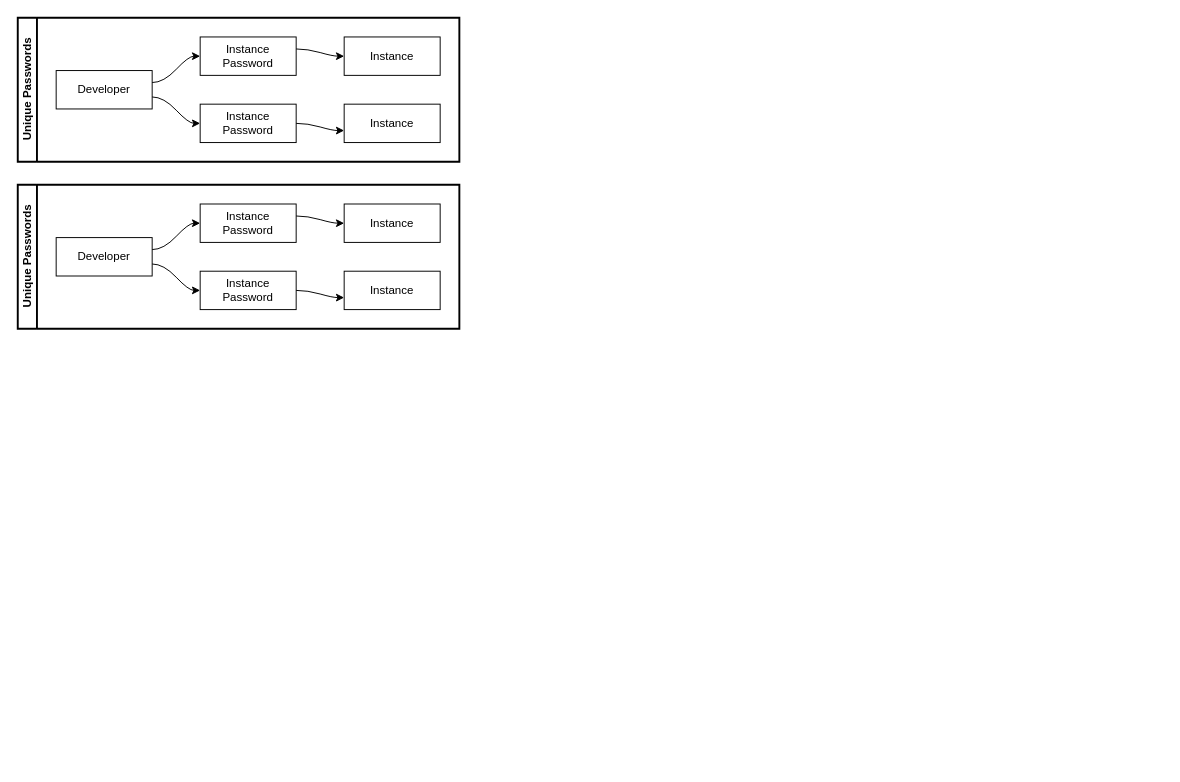
Before: Untitled Diagram.drawio in biofool/vault-ssh-helper, a draw.io diagram. Source tidied: cells renumbered, new cells numbered last; positions are measured from the earlier drawing's top-left corner, leaving out a move shared by most shapes. Both pictures are drawn from the tidied source at 96%, with x=0, y=0 at pixel (17, 17).
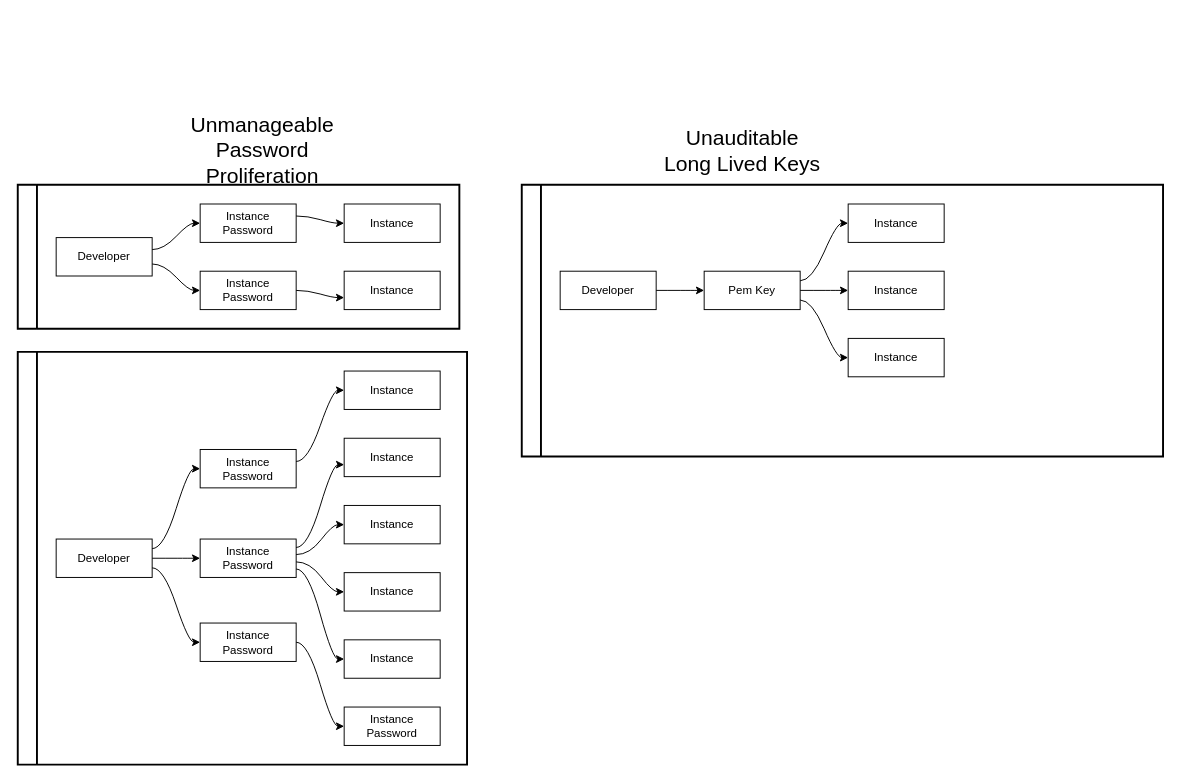
The same diagram, later.

The edit, as a diff of the source:
```diff
@@
-    <mxCell id="2" value="Unique Passwords" style="swimlane;html=1;startSize=20;horizontal=0;flowOrientation=west;interRankCellSpacing=50;containerType=tree;strokeColor=#000000;strokeWidth=2;" parent="1" vertex="1">
-      <mxGeometry width="460" height="150" as="geometry" />
-    </mxCell>
-    <mxCell id="3" value="Developer" style="whiteSpace=wrap;html=1;" parent="2" vertex="1">
-      <mxGeometry x="40" y="55" width="100" height="40" as="geometry" />
-    </mxCell>
-    <mxCell id="4" value="&lt;div&gt;Instance&lt;/div&gt;Password" style="whiteSpace=wrap;html=1;" parent="2" vertex="1">
-      <mxGeometry x="190" y="20" width="100" height="40" as="geometry" />
-    </mxCell>
-    <mxCell id="5" style="html=1;curved=1;noEdgeStyle=1;orthogonal=1;" parent="2" edge="1" source="3" target="4">
-      <mxGeometry relative="1" as="geometry">
-        <Array as="points">
-          <mxPoint x="152" y="67.5" />
-          <mxPoint x="178" y="40" />
-        </Array>
-      </mxGeometry>
-    </mxCell>
-    <mxCell id="6" value="&lt;div&gt;Instance&lt;/div&gt;Password" style="whiteSpace=wrap;html=1;" parent="2" vertex="1">
-      <mxGeometry x="190" y="90" width="100" height="40" as="geometry" />
-    </mxCell>
-    <mxCell id="7" style="html=1;curved=1;noEdgeStyle=1;orthogonal=1;" parent="2" edge="1" source="3" target="6">
-      <mxGeometry relative="1" as="geometry">
-        <Array as="points">
-          <mxPoint x="152" y="82.5" />
-          <mxPoint x="178" y="110" />
-        </Array>
-      </mxGeometry>
-    </mxCell>
-    <mxCell id="8" value="Instance" style="whiteSpace=wrap;html=1;" parent="2" vertex="1">
-      <mxGeometry x="340" y="90" width="100" height="40" as="geometry" />
-    </mxCell>
-    <mxCell id="9" style="html=1;curved=1;noEdgeStyle=1;orthogonal=1;strokeColor=none;" parent="2" edge="1" source="4" target="8">
-      <mxGeometry relative="1" as="geometry">
-        <Array as="points">
-          <mxPoint x="302" y="47.5" />
-          <mxPoint x="328" y="102.5" />
-        </Array>
-      </mxGeometry>
-    </mxCell>
-    <mxCell id="10" style="html=1;curved=1;noEdgeStyle=1;orthogonal=1;" parent="2" edge="1" source="6" target="8">
-      <mxGeometry relative="1" as="geometry">
-        <Array as="points">
-          <mxPoint x="302" y="110" />
-          <mxPoint x="328" y="117.5" />
-        </Array>
-      </mxGeometry>
-    </mxCell>
-    <mxCell id="11" value="Instance" style="whiteSpace=wrap;html=1;" parent="2" vertex="1">
-      <mxGeometry x="340" y="20" width="100" height="40" as="geometry" />
-    </mxCell>
-    <mxCell id="12" style="html=1;curved=1;noEdgeStyle=1;orthogonal=1;" parent="2" edge="1" source="4" target="11">
-      <mxGeometry relative="1" as="geometry">
-        <Array as="points">
-          <mxPoint x="302" y="32.5" />
-          <mxPoint x="328" y="40" />
-        </Array>
-      </mxGeometry>
-    </mxCell>
-    <mxCell id="13" value="Unique Passwords" style="swimlane;html=1;startSize=20;horizontal=0;flowOrientation=west;interRankCellSpacing=50;containerType=tree;strokeColor=#000000;strokeWidth=2;" parent="1" vertex="1">
+    <mxCell id="13" style="swimlane;html=1;startSize=20;horizontal=0;flowOrientation=west;interRankCellSpacing=50;containerType=tree;strokeColor=#000000;strokeWidth=2;" parent="1" vertex="1">
       <mxGeometry y="174" width="460" height="150" as="geometry" />
     </mxCell>
@@
+    <mxCell id="24" style="swimlane;html=1;startSize=20;horizontal=0;flowOrientation=west;interRankCellSpacing=50;containerType=tree;strokeColor=#000000;strokeWidth=2;" parent="1" vertex="1">
+      <mxGeometry x="525" y="174" width="668" height="283" as="geometry" />
+    </mxCell>
+    <mxCell id="25" value="Developer" style="whiteSpace=wrap;html=1;" parent="24" vertex="1">
+      <mxGeometry x="40" y="90" width="100" height="40" as="geometry" />
+    </mxCell>
+    <mxCell id="26" value="Pem Key" style="whiteSpace=wrap;html=1;" parent="24" vertex="1">
+      <mxGeometry x="190" y="90" width="100" height="40" as="geometry" />
+    </mxCell>
+    <mxCell id="27" style="html=1;curved=1;noEdgeStyle=1;orthogonal=1;" parent="24" edge="1" source="25" target="26">
+      <mxGeometry relative="1" as="geometry">
+        <Array as="points">
+          <mxPoint x="152" y="110" />
+          <mxPoint x="178" y="110" />
+        </Array>
+      </mxGeometry>
+    </mxCell>
+    <mxCell id="28" style="html=1;curved=1;noEdgeStyle=1;orthogonal=1;strokeColor=none;" parent="24" edge="1" source="26">
+      <mxGeometry relative="1" as="geometry">
+        <mxPoint x="660" y="262.5" as="targetPoint" />
+        <Array as="points">
+          <mxPoint x="622" y="207.5" />
+          <mxPoint x="648" y="262.5" />
+        </Array>
+      </mxGeometry>
+    </mxCell>
+    <mxCell id="29" value="Instance" style="whiteSpace=wrap;html=1;" parent="24" vertex="1">
+      <mxGeometry x="340" y="20" width="100" height="40" as="geometry" />
+    </mxCell>
+    <mxCell id="30" style="html=1;curved=1;noEdgeStyle=1;orthogonal=1;" parent="24" edge="1" source="26" target="29">
+      <mxGeometry relative="1" as="geometry">
+        <Array as="points">
+          <mxPoint x="302" y="100" />
+          <mxPoint x="328" y="40" />
+        </Array>
+      </mxGeometry>
+    </mxCell>
+    <mxCell id="31" value="Instance" style="whiteSpace=wrap;html=1;" parent="24" vertex="1">
+      <mxGeometry x="340" y="90" width="100" height="40" as="geometry" />
+    </mxCell>
+    <mxCell id="32" style="html=1;curved=1;noEdgeStyle=1;orthogonal=1;" parent="24" edge="1" source="26" target="31">
+      <mxGeometry relative="1" as="geometry">
+        <Array as="points">
+          <mxPoint x="304" y="110" />
+          <mxPoint x="328" y="110" />
+        </Array>
+      </mxGeometry>
+    </mxCell>
+    <mxCell id="33" value="Instance" style="whiteSpace=wrap;html=1;" parent="24" vertex="1">
+      <mxGeometry x="340" y="160" width="100" height="40" as="geometry" />
+    </mxCell>
+    <mxCell id="34" style="html=1;curved=1;noEdgeStyle=1;orthogonal=1;" parent="24" edge="1" source="26" target="33">
+      <mxGeometry relative="1" as="geometry">
+        <Array as="points">
+          <mxPoint x="302" y="120" />
+          <mxPoint x="328" y="180" />
+        </Array>
+      </mxGeometry>
+    </mxCell>
+    <mxCell id="35" style="swimlane;html=1;startSize=20;horizontal=0;flowOrientation=west;interRankCellSpacing=50;containerType=tree;strokeColor=#000000;strokeWidth=2;" parent="1" vertex="1">
+      <mxGeometry y="348" width="468" height="430" as="geometry" />
+    </mxCell>
+    <mxCell id="36" value="Developer" style="whiteSpace=wrap;html=1;" parent="35" vertex="1">
+      <mxGeometry x="40" y="195" width="100" height="40" as="geometry" />
+    </mxCell>
+    <mxCell id="37" value="&lt;div&gt;Instance&lt;/div&gt;Password" style="whiteSpace=wrap;html=1;" parent="35" vertex="1">
+      <mxGeometry x="190" y="101.7" width="100" height="40" as="geometry" />
+    </mxCell>
+    <mxCell id="38" style="html=1;curved=1;noEdgeStyle=1;orthogonal=1;" parent="35" edge="1" source="36" target="37">
+      <mxGeometry relative="1" as="geometry">
+        <Array as="points">
+          <mxPoint x="152" y="205" />
+          <mxPoint x="178" y="121.7" />
+        </Array>
+      </mxGeometry>
+    </mxCell>
+    <mxCell id="39" value="&lt;div&gt;Instance&lt;/div&gt;Password" style="whiteSpace=wrap;html=1;" parent="35" vertex="1">
+      <mxGeometry x="190" y="195" width="100" height="40" as="geometry" />
+    </mxCell>
+    <mxCell id="40" style="html=1;curved=1;noEdgeStyle=1;orthogonal=1;" parent="35" edge="1" source="36" target="39">
+      <mxGeometry relative="1" as="geometry">
+        <Array as="points">
+          <mxPoint x="154" y="215" />
+          <mxPoint x="178" y="215" />
+        </Array>
+      </mxGeometry>
+    </mxCell>
+    <mxCell id="41" value="Instance" style="whiteSpace=wrap;html=1;" parent="35" vertex="1">
+      <mxGeometry x="340" y="90" width="100" height="40" as="geometry" />
+    </mxCell>
+    <mxCell id="42" style="html=1;curved=1;noEdgeStyle=1;orthogonal=1;strokeColor=none;" parent="35" edge="1" source="37" target="41">
+      <mxGeometry relative="1" as="geometry">
+        <Array as="points">
+          <mxPoint x="302" y="129.2" />
+          <mxPoint x="328" y="102.5" />
+        </Array>
+      </mxGeometry>
+    </mxCell>
+    <mxCell id="43" style="html=1;curved=1;noEdgeStyle=1;orthogonal=1;" parent="35" edge="1" source="39" target="41">
+      <mxGeometry relative="1" as="geometry">
+        <Array as="points">
+          <mxPoint x="302" y="203.8" />
+          <mxPoint x="328" y="117.5" />
+        </Array>
+      </mxGeometry>
+    </mxCell>
+    <mxCell id="44" value="Instance" style="whiteSpace=wrap;html=1;" parent="35" vertex="1">
+      <mxGeometry x="340" y="20" width="100" height="40" as="geometry" />
+    </mxCell>
+    <mxCell id="45" style="html=1;curved=1;noEdgeStyle=1;orthogonal=1;" parent="35" edge="1" source="37" target="44">
+      <mxGeometry relative="1" as="geometry">
+        <Array as="points">
+          <mxPoint x="302" y="114.2" />
+          <mxPoint x="328" y="40" />
+        </Array>
+      </mxGeometry>
+    </mxCell>
+    <mxCell id="46" value="&lt;div&gt;Instance&lt;/div&gt;Password" style="whiteSpace=wrap;html=1;" parent="35" vertex="1">
+      <mxGeometry x="190" y="282.5" width="100" height="40" as="geometry" />
+    </mxCell>
+    <mxCell id="47" style="html=1;curved=1;noEdgeStyle=1;orthogonal=1;strokeColor=none;" parent="35" edge="1" source="37">
+      <mxGeometry relative="1" as="geometry">
+        <mxPoint x="460" y="107.5" as="targetPoint" />
+        <Array as="points">
+          <mxPoint x="422" y="210" />
+          <mxPoint x="448" y="107.5" />
+        </Array>
+      </mxGeometry>
+    </mxCell>
+    <mxCell id="48" style="html=1;curved=1;noEdgeStyle=1;orthogonal=1;" parent="35" edge="1" source="36" target="46">
+      <mxGeometry relative="1" as="geometry">
+        <Array as="points">
+          <mxPoint x="152" y="225" />
+          <mxPoint x="178" y="302.5" />
+        </Array>
+      </mxGeometry>
+    </mxCell>
+    <mxCell id="49" style="html=1;curved=1;noEdgeStyle=1;orthogonal=1;" parent="35" edge="1" source="46" target="50">
+      <mxGeometry relative="1" as="geometry">
+        <Array as="points">
+          <mxPoint x="302" y="302.5" />
+          <mxPoint x="328" y="390" />
+        </Array>
+      </mxGeometry>
+    </mxCell>
+    <mxCell id="50" value="&lt;div&gt;Instance&lt;/div&gt;Password" style="whiteSpace=wrap;html=1;" parent="35" vertex="1">
+      <mxGeometry x="340" y="370" width="100" height="40" as="geometry" />
+    </mxCell>
+    <mxCell id="51" style="html=1;curved=1;noEdgeStyle=1;orthogonal=1;" parent="35" edge="1" source="39" target="52">
+      <mxGeometry relative="1" as="geometry">
+        <Array as="points">
+          <mxPoint x="304" y="211.2" />
+          <mxPoint x="328" y="180" />
+        </Array>
+      </mxGeometry>
+    </mxCell>
+    <mxCell id="52" value="Instance" style="whiteSpace=wrap;html=1;" parent="35" vertex="1">
+      <mxGeometry x="340" y="160" width="100" height="40" as="geometry" />
+    </mxCell>
+    <mxCell id="53" style="html=1;curved=1;noEdgeStyle=1;orthogonal=1;" parent="35" edge="1" source="39" target="54">
+      <mxGeometry relative="1" as="geometry">
+        <Array as="points">
+          <mxPoint x="304" y="218.8" />
+          <mxPoint x="328" y="250" />
+        </Array>
+      </mxGeometry>
+    </mxCell>
+    <mxCell id="54" value="Instance" style="whiteSpace=wrap;html=1;" parent="35" vertex="1">
+      <mxGeometry x="340" y="230" width="100" height="40" as="geometry" />
+    </mxCell>
+    <mxCell id="55" style="html=1;curved=1;noEdgeStyle=1;orthogonal=1;" parent="35" edge="1" source="39" target="56">
+      <mxGeometry relative="1" as="geometry">
+        <Array as="points">
+          <mxPoint x="302" y="226.2" />
+          <mxPoint x="328" y="320" />
+        </Array>
+      </mxGeometry>
+    </mxCell>
+    <mxCell id="56" value="Instance" style="whiteSpace=wrap;html=1;" parent="35" vertex="1">
+      <mxGeometry x="340" y="300" width="100" height="40" as="geometry" />
+    </mxCell>
+    <mxCell id="57" value="&lt;div&gt;&lt;font style=&quot;font-size: 22px&quot;&gt;Unmanageable&lt;/font&gt;&lt;/div&gt;&lt;div&gt;&lt;font style=&quot;font-size: 22px&quot;&gt;Password Proliferation &lt;/font&gt;&lt;/div&gt;" style="text;html=1;strokeColor=none;fillColor=none;align=center;verticalAlign=middle;whiteSpace=wrap;rounded=0;" parent="1" vertex="1">
+      <mxGeometry x="150" y="114" width="210" height="50" as="geometry" />
+    </mxCell>
+    <mxCell id="58" value="&lt;div&gt;&lt;font style=&quot;font-size: 22px&quot;&gt;Unauditable&lt;/font&gt;&lt;/div&gt;&lt;div&gt;&lt;font style=&quot;font-size: 22px&quot;&gt;Long Lived Keys&lt;/font&gt;&lt;/div&gt;" style="text;html=1;strokeColor=none;fillColor=none;align=center;verticalAlign=middle;whiteSpace=wrap;rounded=0;" parent="1" vertex="1">
+      <mxGeometry x="650" y="114" width="210" height="50" as="geometry" />
+    </mxCell>
```
